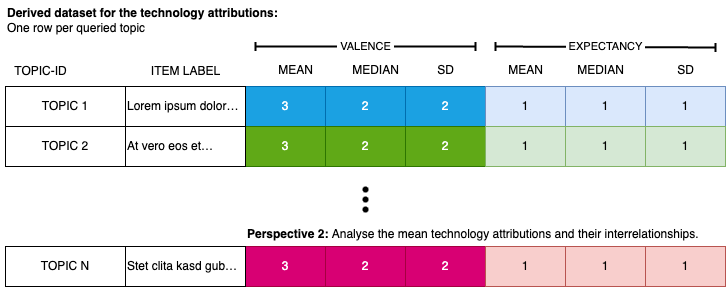
braunerphilipp/MappingAcceptance keeps this draw.io diagram as figures/topicdata.png. Above is the earlier version. Source tidied: cells renumbered, new cells last; positions are measured from the earlier drawing's top-left corner, leaving out a move shared by most shapes.
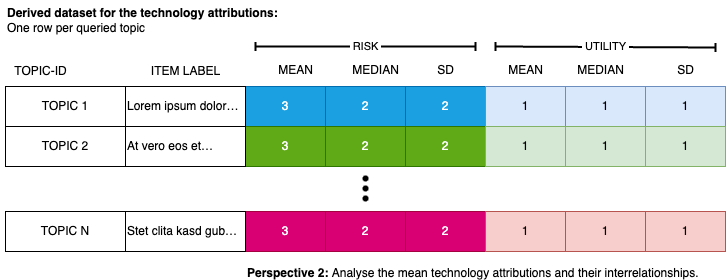
The same diagram one commit later.

The edit, as a diff of the source:
```diff
@@ -71,13 +71,13 @@
     <mxCell id="24" value="1" style="whiteSpace=wrap;html=1;align=center;fillColor=#d5e8d4;strokeColor=#82b366;" parent="1" vertex="1">
       <mxGeometry x="645" y="126" width="80" height="40" as="geometry" />
     </mxCell>
-    <mxCell id="25" value="&amp;nbsp;VALENCE&amp;nbsp;" style="endArrow=baseDash;html=1;rounded=0;strokeColor=default;startArrow=baseDash;startFill=0;endFill=0;strokeWidth=2;" parent="1" edge="1">
+    <mxCell id="25" value="&amp;nbsp;RISK&amp;nbsp;" style="endArrow=baseDash;html=1;rounded=0;strokeColor=default;startArrow=baseDash;startFill=0;endFill=0;strokeWidth=2;" parent="1" edge="1">
       <mxGeometry relative="1" as="geometry">
         <mxPoint x="255" y="46" as="sourcePoint" />
         <mxPoint x="475" y="46" as="targetPoint" />
       </mxGeometry>
     </mxCell>
-    <mxCell id="26" value="&amp;nbsp;EXPECTANCY&amp;nbsp;" style="endArrow=baseDash;html=1;rounded=0;strokeColor=default;startArrow=baseDash;startFill=0;endFill=0;strokeWidth=2;" parent="1" edge="1">
+    <mxCell id="26" value="&amp;nbsp;UTILITY&amp;nbsp;" style="endArrow=baseDash;html=1;rounded=0;strokeColor=default;startArrow=baseDash;startFill=0;endFill=0;strokeWidth=2;" parent="1" edge="1">
       <mxGeometry relative="1" as="geometry">
         <mxPoint x="495" y="46" as="sourcePoint" />
         <mxPoint x="715" y="47" as="targetPoint" />
@@ -87,31 +87,31 @@
       <mxGeometry x="125" y="126" width="120" height="40" as="geometry" />
     </mxCell>
     <mxCell id="28" value="3" style="whiteSpace=wrap;html=1;align=center;fillColor=#d80073;fontColor=#ffffff;strokeColor=#A50040;" parent="1" vertex="1">
-      <mxGeometry x="245" y="246" width="80" height="40" as="geometry" />
+      <mxGeometry x="245" y="211" width="80" height="40" as="geometry" />
     </mxCell>
     <mxCell id="29" value="2" style="whiteSpace=wrap;html=1;align=center;fillColor=#d80073;fontColor=#ffffff;strokeColor=#A50040;" parent="1" vertex="1">
-      <mxGeometry x="325" y="246" width="80" height="40" as="geometry" />
+      <mxGeometry x="325" y="211" width="80" height="40" as="geometry" />
     </mxCell>
     <mxCell id="30" value="2" style="whiteSpace=wrap;html=1;align=center;fillColor=#d80073;fontColor=#ffffff;strokeColor=#A50040;" parent="1" vertex="1">
-      <mxGeometry x="405" y="246" width="80" height="40" as="geometry" />
+      <mxGeometry x="405" y="211" width="80" height="40" as="geometry" />
     </mxCell>
     <mxCell id="31" value="1" style="whiteSpace=wrap;html=1;align=center;fillColor=#f8cecc;strokeColor=#b85450;" parent="1" vertex="1">
-      <mxGeometry x="485" y="246" width="80" height="40" as="geometry" />
+      <mxGeometry x="485" y="211" width="80" height="40" as="geometry" />
     </mxCell>
     <mxCell id="32" value="TOPIC N" style="whiteSpace=wrap;html=1;align=center;" parent="1" vertex="1">
-      <mxGeometry x="5" y="246" width="120" height="40" as="geometry" />
+      <mxGeometry x="5" y="211" width="120" height="40" as="geometry" />
     </mxCell>
     <mxCell id="33" value="1" style="whiteSpace=wrap;html=1;align=center;fillColor=#f8cecc;strokeColor=#b85450;" parent="1" vertex="1">
-      <mxGeometry x="565" y="246" width="80" height="40" as="geometry" />
+      <mxGeometry x="565" y="211" width="80" height="40" as="geometry" />
     </mxCell>
     <mxCell id="34" value="1" style="whiteSpace=wrap;html=1;align=center;fillColor=#f8cecc;strokeColor=#b85450;" parent="1" vertex="1">
-      <mxGeometry x="645" y="246" width="80" height="40" as="geometry" />
+      <mxGeometry x="645" y="211" width="80" height="40" as="geometry" />
     </mxCell>
     <mxCell id="35" value="Stet clita kasd gub…" style="whiteSpace=wrap;html=1;align=left;" parent="1" vertex="1">
-      <mxGeometry x="125" y="246" width="120" height="40" as="geometry" />
+      <mxGeometry x="125" y="211" width="120" height="40" as="geometry" />
     </mxCell>
     <mxCell id="36" style="group;" parent="1" vertex="1">
-      <mxGeometry x="355" y="179" width="20" height="40" as="geometry" />
+      <mxGeometry x="355" y="168" width="20" height="40" as="geometry" />
     </mxCell>
     <mxCell id="37" style="shape=waypoint;sketch=0;size=6;fillColor=none;perimeter=centerPerimeter;" parent="36" vertex="1">
       <mxGeometry y="20" width="20" height="20" as="geometry" />
@@ -126,7 +126,7 @@
       <mxGeometry x="140" y="56" width="90" height="30" as="geometry" />
     </mxCell>
     <mxCell id="41" value="&lt;b&gt;Perspective 2: &lt;/b&gt;Analyse the mean technology attributions and their interrelationships." style="text;html=1;strokeColor=none;fillColor=none;align=left;verticalAlign=top;whiteSpace=wrap;rounded=0;" parent="1" vertex="1">
-      <mxGeometry x="245" y="220" width="470" height="20" as="geometry" />
+      <mxGeometry x="245" y="259" width="470" height="20" as="geometry" />
     </mxCell>
   </root>
 </mxGraphModel>
```
